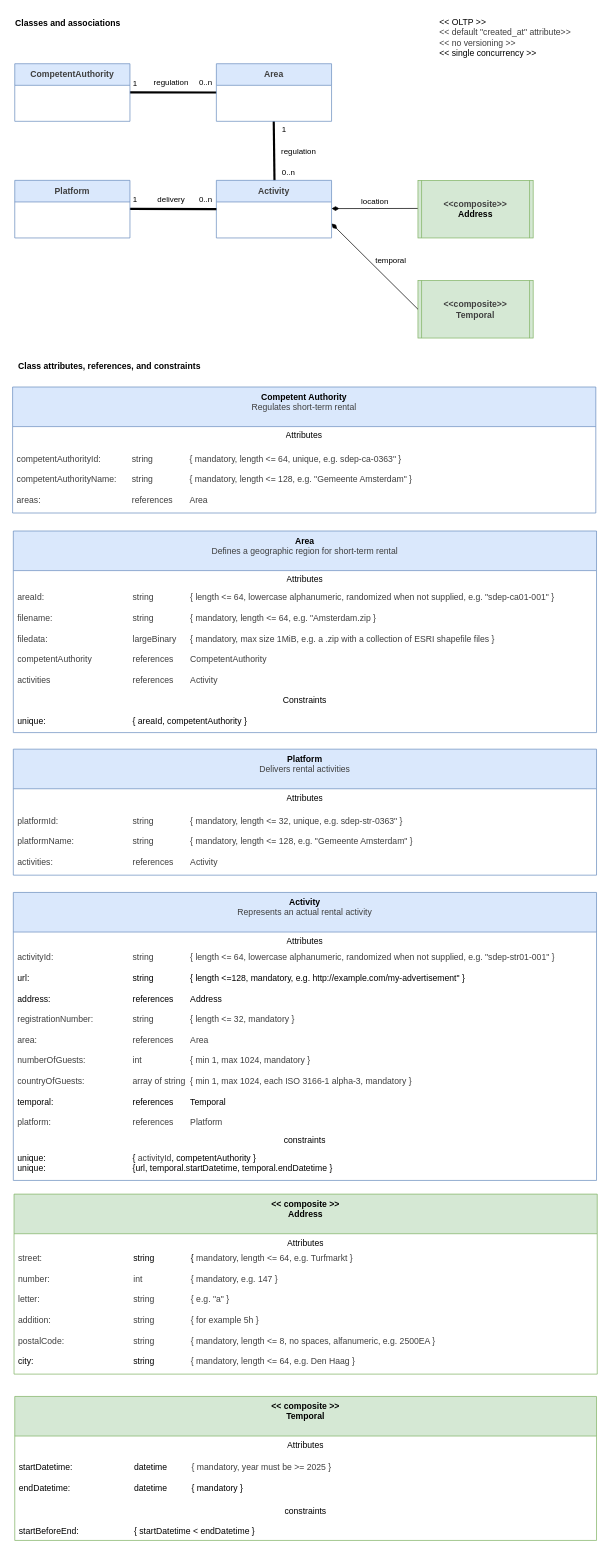
The draw.io diagram docs/Classes.drawio in MinBZK/sdep.gov.nl, before the edit. Source tidied: cells renumbered, new cells numbered last; positions are measured from the earlier drawing's top-left corner, leaving out a move shared by most shapes. Both pictures are drawn from the tidied source at 72%, with x=0, y=0 at pixel (12, 12).
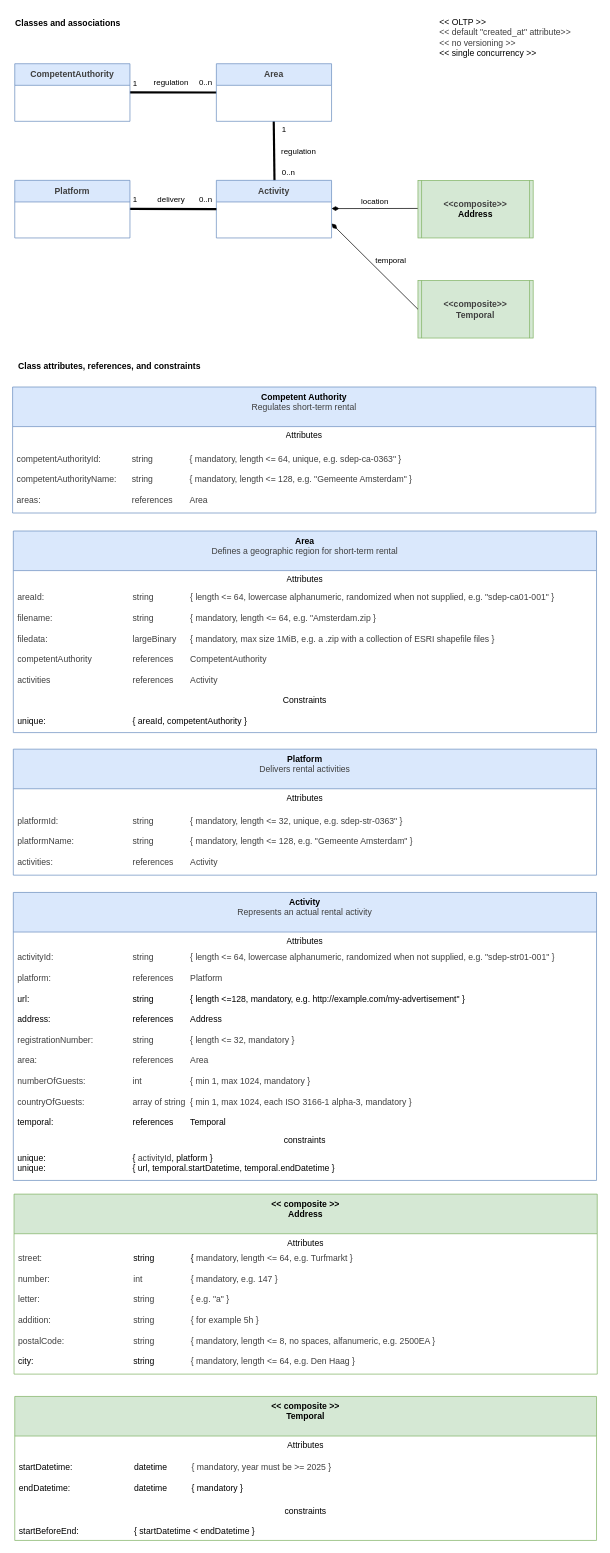
After the change.

The change refers to these unchanged cells:
```xml
<mxCell id="31" value="&lt;div&gt;&lt;b style=&quot;background-color: transparent;&quot;&gt;Activity&lt;/b&gt;&lt;/div&gt;&lt;div&gt;&lt;div style=&quot;scrollbar-color: rgb(226, 226, 226) rgb(251, 251, 251); color: rgb(63, 63, 63);&quot;&gt;&lt;span style=&quot;scrollbar-color: rgb(226, 226, 226) rgb(251, 251, 251); background-color: transparent; color: rgb(63, 63, 63);&quot;&gt;Represents an actual rental activity&lt;/span&gt;&lt;/div&gt;&lt;div style=&quot;scrollbar-color: rgb(226, 226, 226) rgb(251, 251, 251); color: rgb(63, 63, 63);&quot;&gt;&lt;span style=&quot;scrollbar-color: rgb(226, 226, 226) rgb(251, 251, 251); background-color: transparent; color: rgb(63, 63, 63);&quot;&gt;&lt;br style=&quot;color: rgb(63, 63, 63); scrollbar-color: rgb(226, 226, 226) rgb(251, 251, 251);&quot;&gt;&lt;/span&gt;&lt;/div&gt;&lt;div style=&quot;scrollbar-color: rgb(226, 226, 226) rgb(251, 251, 251); color: rgb(63, 63, 63);&quot;&gt;&lt;br style=&quot;color: rgb(63, 63, 63); scrollbar-color: rgb(226, 226, 226) rgb(251, 251, 251); text-align: left;&quot;&gt;&lt;/div&gt;&lt;/div&gt;" style="swimlane;fontStyle=0;align=center;verticalAlign=top;horizontal=1;startSize=55;html=1;whiteSpace=wrap;fillColor=#dae8fc;strokeColor=#6c8ebf;" parent="1" vertex="1">
  <mxGeometry x="1" y="1222" width="810" height="400" as="geometry" />
</mxCell>
```

The edit, as a diff of the source:
```diff
@@
-    <mxCell id="33" value="&lt;div&gt;&lt;span style=&quot;color: rgb(63, 63, 63); scrollbar-color: rgb(226, 226, 226) rgb(251, 251, 251); background-color: transparent;&quot;&gt;activityId:&lt;/span&gt;&lt;span style=&quot;color: rgb(63, 63, 63); scrollbar-color: rgb(226, 226, 226) rgb(251, 251, 251); background-color: transparent; white-space: pre;&quot;&gt;&#9;&lt;/span&gt;&lt;span style=&quot;color: rgb(63, 63, 63); scrollbar-color: rgb(226, 226, 226) rgb(251, 251, 251); background-color: transparent; white-space: pre;&quot;&gt;&#9;&lt;/span&gt;&lt;span style=&quot;color: rgb(63, 63, 63); scrollbar-color: rgb(226, 226, 226) rgb(251, 251, 251); background-color: transparent; white-space: pre;&quot;&gt;&#9;&lt;/span&gt;&lt;span style=&quot;color: rgb(63, 63, 63); scrollbar-color: rgb(226, 226, 226) rgb(251, 251, 251); background-color: transparent; white-space: pre;&quot;&gt;&#9;&lt;span style=&quot;color: rgb(63, 63, 63); scrollbar-color: rgb(226, 226, 226) rgb(251, 251, 251); white-space: pre;&quot;&gt;&#9;&lt;/span&gt;&lt;/span&gt;&lt;span style=&quot;color: rgb(63, 63, 63); scrollbar-color: rgb(226, 226, 226) rgb(251, 251, 251); background-color: transparent;&quot;&gt;string&amp;nbsp;&lt;/span&gt;&lt;span style=&quot;color: rgb(63, 63, 63); scrollbar-color: rgb(226, 226, 226) rgb(251, 251, 251); background-color: transparent; white-space: pre;&quot;&gt;&#9;&lt;span style=&quot;color: rgb(63, 63, 63); scrollbar-color: rgb(226, 226, 226) rgb(251, 251, 251); white-space: pre;&quot;&gt;&#9;&lt;/span&gt;&lt;/span&gt;&lt;span style=&quot;color: rgb(63, 63, 63); scrollbar-color: rgb(226, 226, 226) rgb(251, 251, 251); background-color: transparent;&quot;&gt;{ length &amp;lt;= 64, lowercase alphanumeric,&amp;nbsp;&lt;/span&gt;&lt;span style=&quot;scrollbar-color: rgb(226, 226, 226) rgb(251, 251, 251); background-color: transparent; color: rgb(63, 63, 63);&quot;&gt;randomized when not supplied, e.g.&lt;/span&gt;&lt;span style=&quot;scrollbar-color: rgb(226, 226, 226) rgb(251, 251, 251); background-color: transparent; color: rgb(63, 63, 63);&quot;&gt;&amp;nbsp;&quot;sdep-str01-001&quot; }&lt;/span&gt;&lt;span style=&quot;background-color: transparent;&quot;&gt;&lt;/span&gt;&lt;/div&gt;&lt;div&gt;&lt;span style=&quot;scrollbar-color: rgb(226, 226, 226) rgb(251, 251, 251); background-color: transparent; color: rgb(63, 63, 63);&quot;&gt;&lt;br&gt;&lt;/span&gt;&lt;/div&gt;&lt;div&gt;&lt;span style=&quot;background-color: transparent;&quot;&gt;url: &lt;span style=&quot;white-space: pre;&quot;&gt;&#9;&lt;/span&gt;&lt;span style=&quot;white-space: pre;&quot;&gt;&#9;&lt;/span&gt;&lt;span style=&quot;white-space: pre;&quot;&gt;&#9;&lt;/span&gt;&lt;span style=&quot;white-space: pre;&quot;&gt;&#9;&lt;/span&gt;&lt;span style=&quot;white-space: pre;&quot;&gt;&#9;&lt;span style=&quot;white-space: pre;&quot;&gt;&#9;&lt;/span&gt;&lt;/span&gt;string&amp;nbsp;&lt;span style=&quot;white-space: pre;&quot;&gt;&#9;&lt;/span&gt;&lt;span style=&quot;white-space: pre;&quot;&gt;&#9;&lt;/span&gt;&lt;/span&gt;&lt;span style=&quot;background-color: transparent;&quot;&gt;{ length &amp;lt;=128, mandatory, e.g.&amp;nbsp;&lt;/span&gt;&lt;span style=&quot;background-color: transparent;&quot;&gt;http://example.com/my-advertisement&quot; }&lt;/span&gt;&lt;/div&gt;&lt;div&gt;&lt;span style=&quot;background-color: transparent;&quot;&gt;&lt;br&gt;&lt;/span&gt;&lt;/div&gt;&lt;div&gt;&lt;span style=&quot;background-color: transparent;&quot;&gt;address: &lt;span style=&quot;white-space: pre;&quot;&gt;&#9;&lt;/span&gt;&lt;span style=&quot;white-space: pre;&quot;&gt;&#9;&lt;span style=&quot;white-space: pre;&quot;&gt;&#9;&lt;/span&gt;&lt;span style=&quot;white-space: pre;&quot;&gt;&#9;&lt;/span&gt;&lt;span style=&quot;white-space: pre;&quot;&gt;&#9;&lt;/span&gt;&lt;/span&gt;references&lt;span style=&quot;white-space: pre;&quot;&gt;&#9;&lt;/span&gt;Address&lt;/span&gt;&lt;/div&gt;&lt;div&gt;&lt;span style=&quot;background-color: transparent;&quot;&gt;&lt;br&gt;&lt;/span&gt;&lt;/div&gt;&lt;div&gt;&lt;div style=&quot;color: rgb(63, 63, 63); scrollbar-color: rgb(226, 226, 226) rgb(251, 251, 251);&quot;&gt;&lt;span style=&quot;color: rgb(63, 63, 63); scrollbar-color: rgb(226, 226, 226) rgb(251, 251, 251); background-color: transparent;&quot;&gt;registrationNumber: &lt;span style=&quot;white-space: pre;&quot;&gt;&#9;&lt;/span&gt;&lt;span style=&quot;white-space: pre;&quot;&gt;&#9;&lt;/span&gt;string&amp;nbsp;&lt;span style=&quot;white-space: pre;&quot;&gt;&#9;&lt;/span&gt;&lt;span style=&quot;white-space: pre;&quot;&gt;&#9;&lt;/span&gt;&lt;/span&gt;&lt;span style=&quot;background-color: transparent; scrollbar-color: rgb(226, 226, 226) rgb(251, 251, 251); color: rgb(63, 63, 63);&quot;&gt;{ length &amp;lt;= 32,&amp;nbsp;&lt;/span&gt;&lt;span style=&quot;background-color: transparent; scrollbar-color: rgb(226, 226, 226) rgb(251, 251, 251); color: rgb(63, 63, 63);&quot;&gt;mandatory&lt;/span&gt;&lt;span style=&quot;background-color: transparent; scrollbar-color: rgb(226, 226, 226) rgb(251, 251, 251); color: rgb(63, 63, 63);&quot;&gt;&amp;nbsp;}&lt;/span&gt;&lt;/div&gt;&lt;div style=&quot;color: rgb(63, 63, 63); scrollbar-color: rgb(226, 226, 226) rgb(251, 251, 251);&quot;&gt;&lt;span style=&quot;scrollbar-color: rgb(226, 226, 226) rgb(251, 251, 251); color: rgb(63, 63, 63);&quot;&gt;&lt;br style=&quot;color: rgb(63, 63, 63); scrollbar-color: rgb(226, 226, 226) rgb(251, 251, 251);&quot;&gt;&lt;/span&gt;&lt;/div&gt;&lt;/div&gt;&lt;div&gt;&lt;div style=&quot;scrollbar-color: rgb(226, 226, 226) rgb(251, 251, 251); color: rgb(63, 63, 63);&quot;&gt;area: &lt;span style=&quot;white-space: pre;&quot;&gt;&#9;&lt;/span&gt;&lt;span style=&quot;white-space: pre;&quot;&gt;&#9;&lt;/span&gt;&lt;span style=&quot;white-space: pre;&quot;&gt;&#9;&lt;/span&gt;&lt;span style=&quot;white-space: pre;&quot;&gt;&#9;&lt;/span&gt;&lt;span style=&quot;white-space: pre;&quot;&gt;&#9;&lt;/span&gt;references &lt;span style=&quot;white-space: pre;&quot;&gt;&#9;&lt;/span&gt;Area&lt;/div&gt;&lt;div style=&quot;scrollbar-color: rgb(226, 226, 226) rgb(251, 251, 251); color: rgb(63, 63, 63);&quot;&gt;&lt;br&gt;&lt;/div&gt;&lt;/div&gt;&lt;div&gt;&lt;span style=&quot;color: rgb(0, 0, 0);&quot;&gt;&lt;div style=&quot;color: rgb(63, 63, 63); scrollbar-color: rgb(226, 226, 226) rgb(251, 251, 251);&quot;&gt;&lt;span style=&quot;scrollbar-color: rgb(226, 226, 226) rgb(251, 251, 251); color: rgb(63, 63, 63);&quot;&gt;numberOfGuests: &lt;span style=&quot;white-space: pre;&quot;&gt;&#9;&lt;/span&gt;&lt;span style=&quot;white-space: pre;&quot;&gt;&#9;&lt;/span&gt;&lt;span style=&quot;white-space: pre;&quot;&gt;&#9;&lt;/span&gt;int&lt;span style=&quot;white-space: pre;&quot;&gt;&#9;&lt;/span&gt;&amp;nbsp;&lt;span style=&quot;white-space: pre;&quot;&gt;&#9;&lt;/span&gt;&lt;span style=&quot;white-space: pre;&quot;&gt;&#9;&lt;/span&gt;&lt;/span&gt;&lt;span style=&quot;background-color: transparent;&quot;&gt;{ min 1, max 1024, mandatory }&lt;/span&gt;&lt;/div&gt;&lt;div&gt;&lt;span style=&quot;scrollbar-color: rgb(226, 226, 226) rgb(251, 251, 251); color: rgb(63, 63, 63);&quot;&gt;&lt;br&gt;&lt;/span&gt;&lt;/div&gt;&lt;/span&gt;&lt;/div&gt;&lt;div&gt;&lt;span style=&quot;background-color: transparent; scrollbar-color: rgb(226, 226, 226) rgb(251, 251, 251); color: rgb(63, 63, 63);&quot;&gt;countryOfGuests: &lt;span style=&quot;white-space: pre;&quot;&gt;&#9;&lt;/span&gt;&lt;span style=&quot;white-space: pre;&quot;&gt;&#9;&lt;/span&gt;&lt;span style=&quot;white-space: pre;&quot;&gt;&#9;&lt;/span&gt;array of string&amp;nbsp;&lt;span style=&quot;white-space: pre;&quot;&gt;&#9;&lt;/span&gt;&lt;/span&gt;&lt;span style=&quot;background-color: transparent; color: rgb(63, 63, 63);&quot;&gt;{ min 1, max 1024, each ISO 3166-1 alpha-3, mandatory }&lt;/span&gt;&lt;/div&gt;&lt;div&gt;&lt;span style=&quot;background-color: transparent;&quot;&gt;&lt;br&gt;&lt;/span&gt;&lt;/div&gt;&lt;div&gt;&lt;span style=&quot;background-color: transparent;&quot;&gt;temporal: &lt;span style=&quot;white-space: pre;&quot;&gt;&#9;&lt;/span&gt;&lt;span style=&quot;white-space: pre;&quot;&gt;&#9;&lt;/span&gt;&lt;span style=&quot;white-space: pre;&quot;&gt;&#9;&lt;/span&gt;&lt;span style=&quot;white-space: pre;&quot;&gt;&#9;&lt;/span&gt;references &lt;span style=&quot;white-space: pre;&quot;&gt;&#9;&lt;/span&gt;Temporal&lt;/span&gt;&lt;/div&gt;&lt;div&gt;&lt;span style=&quot;color: rgb(63, 63, 63);&quot;&gt;&lt;br&gt;&lt;/span&gt;&lt;/div&gt;&lt;div&gt;&lt;span style=&quot;color: rgb(63, 63, 63);&quot;&gt;&lt;span style=&quot;color: rgb(63, 63, 63);&quot;&gt;platform: &lt;span style=&quot;white-space: pre;&quot;&gt;&#9;&lt;/span&gt;&lt;span style=&quot;white-space: pre;&quot;&gt;&#9;&lt;/span&gt;&lt;span style=&quot;white-space: pre;&quot;&gt;&#9;&lt;/span&gt;&lt;span style=&quot;white-space: pre;&quot;&gt;&#9;&lt;/span&gt;&lt;span style=&quot;white-space: pre;&quot;&gt;&#9;&lt;/span&gt;references&amp;nbsp;&lt;span style=&quot;white-space: pre;&quot;&gt;&#9;&lt;/span&gt;Platform&lt;/span&gt;&lt;/span&gt;&lt;/div&gt;" style="text;html=1;strokeColor=none;fillColor=none;align=left;verticalAlign=middle;spacingLeft=4;spacingRight=4;overflow=hidden;whiteSpace=wrap;" parent="31" vertex="1">
+    <mxCell id="33" value="&lt;div&gt;&lt;span style=&quot;color: rgb(63, 63, 63); scrollbar-color: rgb(226, 226, 226) rgb(251, 251, 251); background-color: transparent;&quot;&gt;activityId:&lt;/span&gt;&lt;span style=&quot;color: rgb(63, 63, 63); scrollbar-color: rgb(226, 226, 226) rgb(251, 251, 251); background-color: transparent; white-space: pre;&quot;&gt;&#9;&lt;/span&gt;&lt;span style=&quot;color: rgb(63, 63, 63); scrollbar-color: rgb(226, 226, 226) rgb(251, 251, 251); background-color: transparent; white-space: pre;&quot;&gt;&#9;&lt;/span&gt;&lt;span style=&quot;color: rgb(63, 63, 63); scrollbar-color: rgb(226, 226, 226) rgb(251, 251, 251); background-color: transparent; white-space: pre;&quot;&gt;&#9;&lt;/span&gt;&lt;span style=&quot;color: rgb(63, 63, 63); scrollbar-color: rgb(226, 226, 226) rgb(251, 251, 251); background-color: transparent; white-space: pre;&quot;&gt;&#9;&lt;span style=&quot;color: rgb(63, 63, 63); scrollbar-color: rgb(226, 226, 226) rgb(251, 251, 251); white-space: pre;&quot;&gt;&#9;&lt;/span&gt;&lt;/span&gt;&lt;span style=&quot;color: rgb(63, 63, 63); scrollbar-color: rgb(226, 226, 226) rgb(251, 251, 251); background-color: transparent;&quot;&gt;string&amp;nbsp;&lt;/span&gt;&lt;span style=&quot;color: rgb(63, 63, 63); scrollbar-color: rgb(226, 226, 226) rgb(251, 251, 251); background-color: transparent; white-space: pre;&quot;&gt;&#9;&lt;span style=&quot;color: rgb(63, 63, 63); scrollbar-color: rgb(226, 226, 226) rgb(251, 251, 251); white-space: pre;&quot;&gt;&#9;&lt;/span&gt;&lt;/span&gt;&lt;span style=&quot;color: rgb(63, 63, 63); scrollbar-color: rgb(226, 226, 226) rgb(251, 251, 251); background-color: transparent;&quot;&gt;{ length &amp;lt;= 64, lowercase alphanumeric,&amp;nbsp;&lt;/span&gt;&lt;span style=&quot;scrollbar-color: rgb(226, 226, 226) rgb(251, 251, 251); background-color: transparent; color: rgb(63, 63, 63);&quot;&gt;randomized when not supplied, e.g.&lt;/span&gt;&lt;span style=&quot;scrollbar-color: rgb(226, 226, 226) rgb(251, 251, 251); background-color: transparent; color: rgb(63, 63, 63);&quot;&gt;&amp;nbsp;&quot;sdep-str01-001&quot; }&lt;/span&gt;&lt;span style=&quot;background-color: transparent;&quot;&gt;&lt;/span&gt;&lt;/div&gt;&lt;div&gt;&lt;span style=&quot;scrollbar-color: rgb(226, 226, 226) rgb(251, 251, 251); background-color: transparent; color: rgb(63, 63, 63);&quot;&gt;&lt;br&gt;&lt;/span&gt;&lt;/div&gt;&lt;div&gt;&lt;span style=&quot;color: rgb(63, 63, 63);&quot;&gt;platform:&amp;nbsp;&lt;/span&gt;&lt;span style=&quot;color: rgb(63, 63, 63); scrollbar-color: rgb(226, 226, 226) rgb(251, 251, 251); white-space: pre;&quot;&gt;&#9;&lt;/span&gt;&lt;span style=&quot;color: rgb(63, 63, 63); scrollbar-color: rgb(226, 226, 226) rgb(251, 251, 251); white-space: pre;&quot;&gt;&#9;&lt;/span&gt;&lt;span style=&quot;color: rgb(63, 63, 63); scrollbar-color: rgb(226, 226, 226) rgb(251, 251, 251); white-space: pre;&quot;&gt;&#9;&lt;/span&gt;&lt;span style=&quot;color: rgb(63, 63, 63); scrollbar-color: rgb(226, 226, 226) rgb(251, 251, 251); white-space: pre;&quot;&gt;&#9;&lt;/span&gt;&lt;span style=&quot;color: rgb(63, 63, 63); scrollbar-color: rgb(226, 226, 226) rgb(251, 251, 251); white-space: pre;&quot;&gt;&#9;&lt;/span&gt;&lt;span style=&quot;color: rgb(63, 63, 63);&quot;&gt;references&amp;nbsp;&lt;/span&gt;&lt;span style=&quot;color: rgb(63, 63, 63); scrollbar-color: rgb(226, 226, 226) rgb(251, 251, 251); white-space: pre;&quot;&gt;&#9;&lt;/span&gt;&lt;span style=&quot;color: rgb(63, 63, 63);&quot;&gt;Platform&lt;/span&gt;&lt;span style=&quot;background-color: transparent;&quot;&gt;&lt;/span&gt;&lt;/div&gt;&lt;div&gt;&lt;span style=&quot;color: rgb(63, 63, 63);&quot;&gt;&lt;br&gt;&lt;/span&gt;&lt;/div&gt;&lt;div&gt;&lt;span style=&quot;background-color: transparent;&quot;&gt;url: &lt;span style=&quot;white-space: pre;&quot;&gt;&#9;&lt;/span&gt;&lt;span style=&quot;white-space: pre;&quot;&gt;&#9;&lt;/span&gt;&lt;span style=&quot;white-space: pre;&quot;&gt;&#9;&lt;/span&gt;&lt;span style=&quot;white-space: pre;&quot;&gt;&#9;&lt;/span&gt;&lt;span style=&quot;white-space: pre;&quot;&gt;&#9;&lt;span style=&quot;white-space: pre;&quot;&gt;&#9;&lt;/span&gt;&lt;/span&gt;string&amp;nbsp;&lt;span style=&quot;white-space: pre;&quot;&gt;&#9;&lt;/span&gt;&lt;span style=&quot;white-space: pre;&quot;&gt;&#9;&lt;/span&gt;&lt;/span&gt;&lt;span style=&quot;background-color: transparent;&quot;&gt;{ length &amp;lt;=128, mandatory, e.g.&amp;nbsp;&lt;/span&gt;&lt;span style=&quot;background-color: transparent;&quot;&gt;http://example.com/my-advertisement&quot; }&lt;/span&gt;&lt;/div&gt;&lt;div&gt;&lt;span style=&quot;background-color: transparent;&quot;&gt;&lt;br&gt;&lt;/span&gt;&lt;/div&gt;&lt;div&gt;&lt;span style=&quot;background-color: transparent;&quot;&gt;address: &lt;span style=&quot;white-space: pre;&quot;&gt;&#9;&lt;/span&gt;&lt;span style=&quot;white-space: pre;&quot;&gt;&#9;&lt;span style=&quot;white-space: pre;&quot;&gt;&#9;&lt;/span&gt;&lt;span style=&quot;white-space: pre;&quot;&gt;&#9;&lt;/span&gt;&lt;span style=&quot;white-space: pre;&quot;&gt;&#9;&lt;/span&gt;&lt;/span&gt;references&lt;span style=&quot;white-space: pre;&quot;&gt;&#9;&lt;/span&gt;Address&lt;/span&gt;&lt;/div&gt;&lt;div&gt;&lt;span style=&quot;background-color: transparent;&quot;&gt;&lt;br&gt;&lt;/span&gt;&lt;/div&gt;&lt;div&gt;&lt;div style=&quot;color: rgb(63, 63, 63); scrollbar-color: rgb(226, 226, 226) rgb(251, 251, 251);&quot;&gt;&lt;span style=&quot;color: rgb(63, 63, 63); scrollbar-color: rgb(226, 226, 226) rgb(251, 251, 251); background-color: transparent;&quot;&gt;registrationNumber: &lt;span style=&quot;white-space: pre;&quot;&gt;&#9;&lt;/span&gt;&lt;span style=&quot;white-space: pre;&quot;&gt;&#9;&lt;/span&gt;string&amp;nbsp;&lt;span style=&quot;white-space: pre;&quot;&gt;&#9;&lt;/span&gt;&lt;span style=&quot;white-space: pre;&quot;&gt;&#9;&lt;/span&gt;&lt;/span&gt;&lt;span style=&quot;background-color: transparent; scrollbar-color: rgb(226, 226, 226) rgb(251, 251, 251); color: rgb(63, 63, 63);&quot;&gt;{ length &amp;lt;= 32,&amp;nbsp;&lt;/span&gt;&lt;span style=&quot;background-color: transparent; scrollbar-color: rgb(226, 226, 226) rgb(251, 251, 251); color: rgb(63, 63, 63);&quot;&gt;mandatory&lt;/span&gt;&lt;span style=&quot;background-color: transparent; scrollbar-color: rgb(226, 226, 226) rgb(251, 251, 251); color: rgb(63, 63, 63);&quot;&gt;&amp;nbsp;}&lt;/span&gt;&lt;/div&gt;&lt;div style=&quot;color: rgb(63, 63, 63); scrollbar-color: rgb(226, 226, 226) rgb(251, 251, 251);&quot;&gt;&lt;span style=&quot;scrollbar-color: rgb(226, 226, 226) rgb(251, 251, 251); color: rgb(63, 63, 63);&quot;&gt;&lt;br style=&quot;color: rgb(63, 63, 63); scrollbar-color: rgb(226, 226, 226) rgb(251, 251, 251);&quot;&gt;&lt;/span&gt;&lt;/div&gt;&lt;/div&gt;&lt;div&gt;&lt;div style=&quot;scrollbar-color: rgb(226, 226, 226) rgb(251, 251, 251); color: rgb(63, 63, 63);&quot;&gt;area: &lt;span style=&quot;white-space: pre;&quot;&gt;&#9;&lt;/span&gt;&lt;span style=&quot;white-space: pre;&quot;&gt;&#9;&lt;/span&gt;&lt;span style=&quot;white-space: pre;&quot;&gt;&#9;&lt;/span&gt;&lt;span style=&quot;white-space: pre;&quot;&gt;&#9;&lt;/span&gt;&lt;span style=&quot;white-space: pre;&quot;&gt;&#9;&lt;/span&gt;references &lt;span style=&quot;white-space: pre;&quot;&gt;&#9;&lt;/span&gt;Area&lt;/div&gt;&lt;div style=&quot;scrollbar-color: rgb(226, 226, 226) rgb(251, 251, 251); color: rgb(63, 63, 63);&quot;&gt;&lt;br&gt;&lt;/div&gt;&lt;/div&gt;&lt;div&gt;&lt;span style=&quot;color: rgb(0, 0, 0);&quot;&gt;&lt;div style=&quot;color: rgb(63, 63, 63); scrollbar-color: rgb(226, 226, 226) rgb(251, 251, 251);&quot;&gt;&lt;span style=&quot;scrollbar-color: rgb(226, 226, 226) rgb(251, 251, 251); color: rgb(63, 63, 63);&quot;&gt;numberOfGuests: &lt;span style=&quot;white-space: pre;&quot;&gt;&#9;&lt;/span&gt;&lt;span style=&quot;white-space: pre;&quot;&gt;&#9;&lt;/span&gt;&lt;span style=&quot;white-space: pre;&quot;&gt;&#9;&lt;/span&gt;int&lt;span style=&quot;white-space: pre;&quot;&gt;&#9;&lt;/span&gt;&amp;nbsp;&lt;span style=&quot;white-space: pre;&quot;&gt;&#9;&lt;/span&gt;&lt;span style=&quot;white-space: pre;&quot;&gt;&#9;&lt;/span&gt;&lt;/span&gt;&lt;span style=&quot;background-color: transparent;&quot;&gt;{ min 1, max 1024, mandatory }&lt;/span&gt;&lt;/div&gt;&lt;div&gt;&lt;span style=&quot;scrollbar-color: rgb(226, 226, 226) rgb(251, 251, 251); color: rgb(63, 63, 63);&quot;&gt;&lt;br&gt;&lt;/span&gt;&lt;/div&gt;&lt;/span&gt;&lt;/div&gt;&lt;div&gt;&lt;span style=&quot;background-color: transparent; scrollbar-color: rgb(226, 226, 226) rgb(251, 251, 251); color: rgb(63, 63, 63);&quot;&gt;countryOfGuests: &lt;span style=&quot;white-space: pre;&quot;&gt;&#9;&lt;/span&gt;&lt;span style=&quot;white-space: pre;&quot;&gt;&#9;&lt;/span&gt;&lt;span style=&quot;white-space: pre;&quot;&gt;&#9;&lt;/span&gt;array of string&amp;nbsp;&lt;span style=&quot;white-space: pre;&quot;&gt;&#9;&lt;/span&gt;&lt;/span&gt;&lt;span style=&quot;background-color: transparent; color: rgb(63, 63, 63);&quot;&gt;{ min 1, max 1024, each ISO 3166-1 alpha-3, mandatory }&lt;/span&gt;&lt;/div&gt;&lt;div&gt;&lt;span style=&quot;background-color: transparent;&quot;&gt;&lt;br&gt;&lt;/span&gt;&lt;/div&gt;&lt;div&gt;&lt;span style=&quot;background-color: transparent;&quot;&gt;temporal: &lt;span style=&quot;white-space: pre;&quot;&gt;&#9;&lt;/span&gt;&lt;span style=&quot;white-space: pre;&quot;&gt;&#9;&lt;/span&gt;&lt;span style=&quot;white-space: pre;&quot;&gt;&#9;&lt;/span&gt;&lt;span style=&quot;white-space: pre;&quot;&gt;&#9;&lt;/span&gt;references &lt;span style=&quot;white-space: pre;&quot;&gt;&#9;&lt;/span&gt;Temporal&lt;/span&gt;&lt;/div&gt;" style="text;html=1;strokeColor=none;fillColor=none;align=left;verticalAlign=middle;spacingLeft=4;spacingRight=4;overflow=hidden;whiteSpace=wrap;" parent="31" vertex="1">
       <mxGeometry y="80" width="810" height="250" as="geometry" />
     </mxCell>
@@
-    <mxCell id="35" value="&lt;div&gt;&lt;span style=&quot;color: rgb(0, 0, 0); scrollbar-color: rgb(226, 226, 226) rgb(251, 251, 251);&quot;&gt;unique:&amp;nbsp;&lt;/span&gt;&lt;span style=&quot;color: rgb(63, 63, 63); scrollbar-color: rgb(226, 226, 226) rgb(251, 251, 251); white-space: pre;&quot;&gt;&#9;&lt;/span&gt;&lt;span style=&quot;color: rgb(63, 63, 63); scrollbar-color: rgb(226, 226, 226) rgb(251, 251, 251); white-space: pre;&quot;&gt;&#9;&lt;/span&gt;&lt;span style=&quot;color: rgb(63, 63, 63); scrollbar-color: rgb(226, 226, 226) rgb(251, 251, 251); white-space: pre;&quot;&gt;&#9;&lt;/span&gt;&lt;span style=&quot;color: rgb(63, 63, 63); scrollbar-color: rgb(226, 226, 226) rgb(251, 251, 251); white-space: pre;&quot;&gt;&#9;&lt;/span&gt;&lt;span style=&quot;color: rgb(63, 63, 63); scrollbar-color: rgb(226, 226, 226) rgb(251, 251, 251); white-space: pre;&quot;&gt;&#9;&lt;/span&gt;&lt;span style=&quot;color: rgb(0, 0, 0); scrollbar-color: rgb(226, 226, 226) rgb(251, 251, 251);&quot;&gt;{&amp;nbsp;&lt;span style=&quot;color: rgb(63, 63, 63);&quot;&gt;activityId&lt;/span&gt;, competentAuthority }&lt;/span&gt;&lt;/div&gt;unique: &lt;span style=&quot;white-space: pre;&quot;&gt;&#9;&lt;/span&gt;&lt;span style=&quot;white-space: pre;&quot;&gt;&#9;&lt;/span&gt;&lt;span style=&quot;white-space: pre;&quot;&gt;&#9;&lt;/span&gt;&lt;span style=&quot;white-space: pre;&quot;&gt;&#9;&lt;/span&gt;&lt;span style=&quot;white-space: pre;&quot;&gt;&#9;&lt;/span&gt;{url, temporal.startDatetime, temporal.endDatetime }&lt;div&gt;&lt;br&gt;&lt;/div&gt;" style="text;html=1;strokeColor=none;fillColor=none;align=left;verticalAlign=middle;spacingLeft=4;spacingRight=4;overflow=hidden;whiteSpace=wrap;" parent="31" vertex="1">
+    <mxCell id="35" value="&lt;div&gt;&lt;span style=&quot;color: rgb(0, 0, 0); scrollbar-color: rgb(226, 226, 226) rgb(251, 251, 251);&quot;&gt;unique:&amp;nbsp;&lt;/span&gt;&lt;span style=&quot;color: rgb(63, 63, 63); scrollbar-color: rgb(226, 226, 226) rgb(251, 251, 251); white-space: pre;&quot;&gt;&#9;&lt;/span&gt;&lt;span style=&quot;color: rgb(63, 63, 63); scrollbar-color: rgb(226, 226, 226) rgb(251, 251, 251); white-space: pre;&quot;&gt;&#9;&lt;/span&gt;&lt;span style=&quot;color: rgb(63, 63, 63); scrollbar-color: rgb(226, 226, 226) rgb(251, 251, 251); white-space: pre;&quot;&gt;&#9;&lt;/span&gt;&lt;span style=&quot;color: rgb(63, 63, 63); scrollbar-color: rgb(226, 226, 226) rgb(251, 251, 251); white-space: pre;&quot;&gt;&#9;&lt;/span&gt;&lt;span style=&quot;color: rgb(63, 63, 63); scrollbar-color: rgb(226, 226, 226) rgb(251, 251, 251); white-space: pre;&quot;&gt;&#9;&lt;/span&gt;&lt;span style=&quot;color: rgb(0, 0, 0); scrollbar-color: rgb(226, 226, 226) rgb(251, 251, 251);&quot;&gt;{&amp;nbsp;&lt;span style=&quot;color: rgb(63, 63, 63);&quot;&gt;activityId&lt;/span&gt;, platform }&lt;/span&gt;&lt;/div&gt;unique: &lt;span style=&quot;white-space: pre;&quot;&gt;&#9;&lt;/span&gt;&lt;span style=&quot;white-space: pre;&quot;&gt;&#9;&lt;/span&gt;&lt;span style=&quot;white-space: pre;&quot;&gt;&#9;&lt;/span&gt;&lt;span style=&quot;white-space: pre;&quot;&gt;&#9;&lt;/span&gt;&lt;span style=&quot;white-space: pre;&quot;&gt;&#9;&lt;/span&gt;{ url, temporal.startDatetime, temporal.endDatetime }&lt;div&gt;&lt;br&gt;&lt;/div&gt;" style="text;html=1;strokeColor=none;fillColor=none;align=left;verticalAlign=middle;spacingLeft=4;spacingRight=4;overflow=hidden;whiteSpace=wrap;" parent="31" vertex="1">
       <mxGeometry y="360" width="810" height="40" as="geometry" />
     </mxCell>
```
